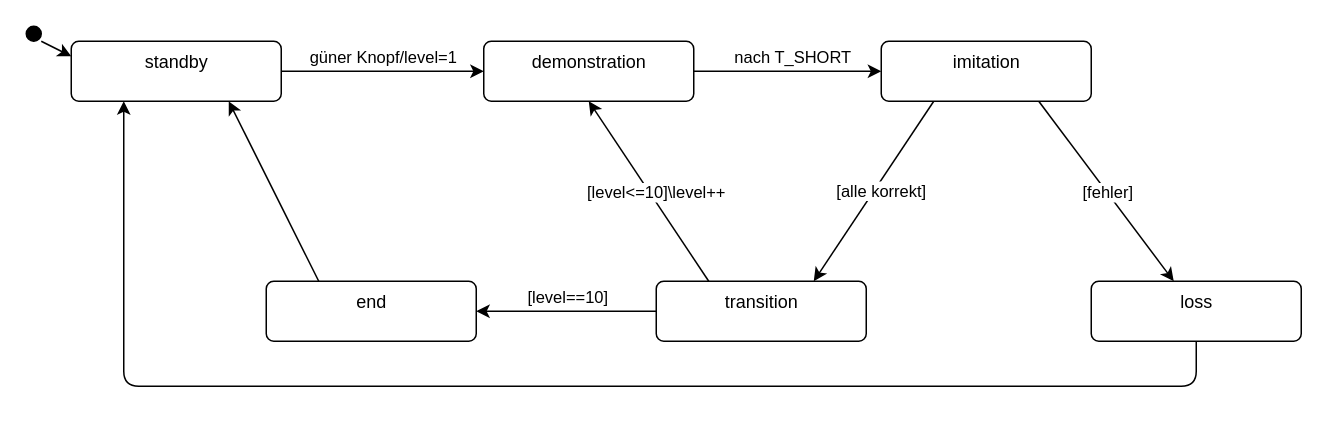
Before: page "simple" (2 of 3) of senso.drawio in finnbechinka/embedded_systems, a draw.io diagram. Source tidied: cells renumbered, new cells numbered last; positions are measured from the earlier drawing's top-left corner, leaving out a move shared by most shapes. Both pictures are drawn from the tidied source at 150%, with x=0, y=0 at pixel (26, 26).
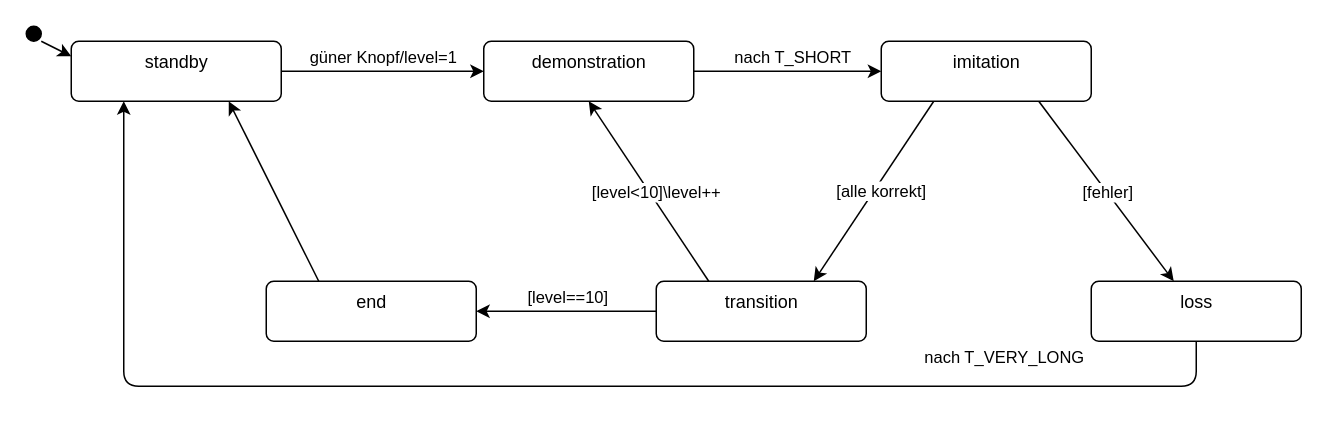
The same page after the edit.

Unchanged cells that the change refers to:
```xml
<mxCell id="15" style="edgeStyle=none;html=1;exitX=0.5;exitY=1;exitDx=0;exitDy=0;entryX=0.25;entryY=1;entryDx=0;entryDy=0;" parent="1" edge="1" source="16" target="6">
  <mxGeometry relative="1" as="geometry">
    <Array as="points">
      <mxPoint x="780" y="240" />
      <mxPoint x="65" y="240" />
    </Array>
  </mxGeometry>
</mxCell>
<mxCell id="17" style="edgeStyle=none;html=1;exitX=0.25;exitY=0;exitDx=0;exitDy=0;entryX=0.5;entryY=1;entryDx=0;entryDy=0;" parent="1" edge="1" source="21" target="9">
  <mxGeometry relative="1" as="geometry" />
</mxCell>
```

Change to the diagram source:
```diff
@@
+    <mxCell id="24" value="nach T_VERY_LONG" style="edgeLabel;html=1;align=center;verticalAlign=middle;" parent="15" vertex="1">
+      <mxGeometry x="0.02" y="3" relative="1" as="geometry">
+        <mxPoint x="318" y="-23" as="offset" />
+      </mxGeometry>
+    </mxCell>
@@
-    <mxCell id="18" value="[level&amp;lt;=10]\level++" style="edgeLabel;html=1;align=center;verticalAlign=middle;" parent="17" vertex="1">
+    <mxCell id="18" value="[level&amp;lt;10]\level++" style="edgeLabel;html=1;align=center;verticalAlign=middle;" parent="17" vertex="1">
       <mxGeometry x="-0.3" y="-2" relative="1" as="geometry">
         <mxPoint x="-9" y="-17" as="offset" />
       </mxGeometry>
     </mxCell>
```
